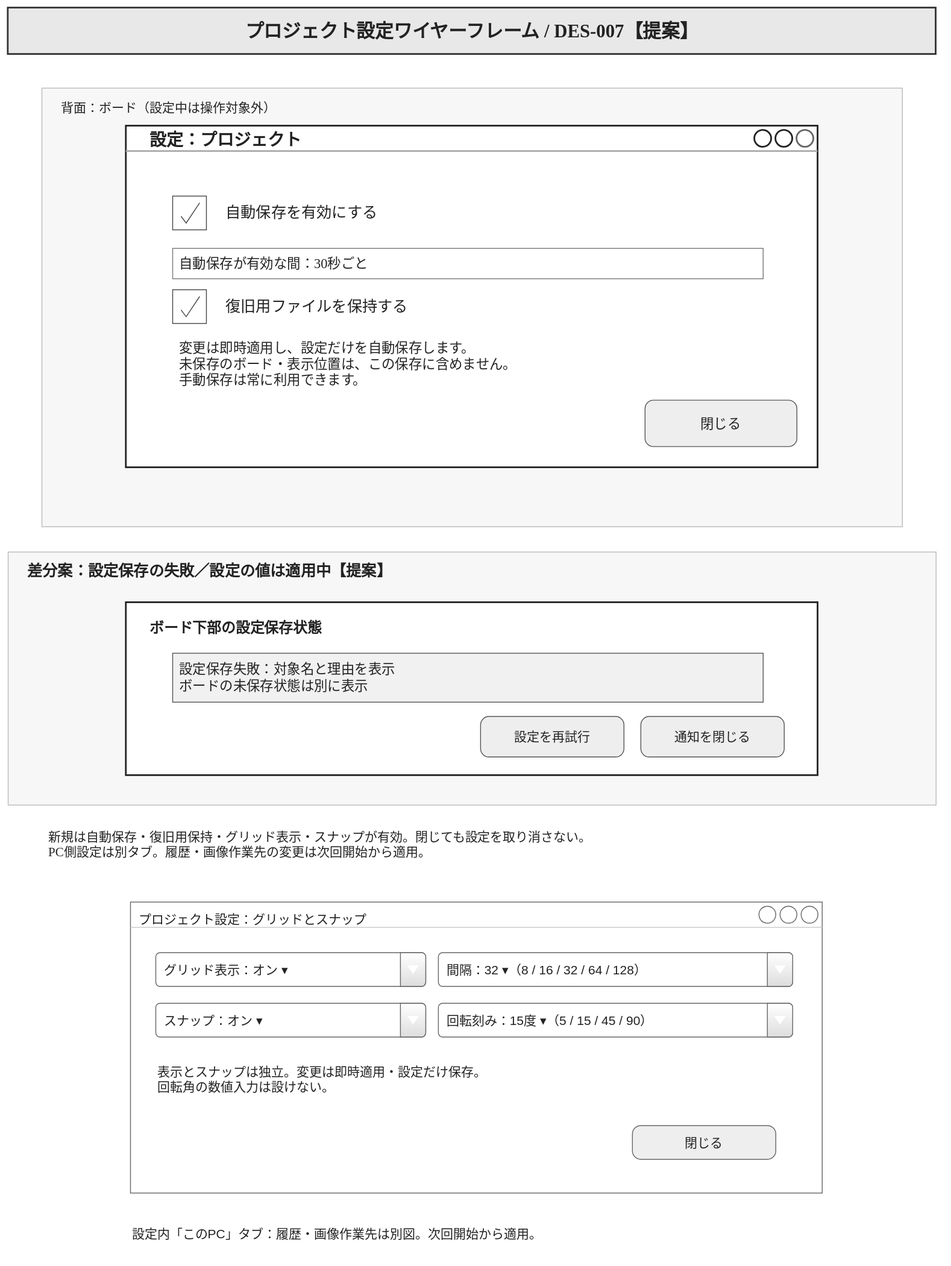
Above: docs/product-design/screen-design/diagrams/autosave-settings-layout.drawio.svg in myzkkzy/reference-app (draw.io), before the change. Source tidied: cells renumbered, new cells last; positions are measured from the earlier drawing's top-left corner, leaving out a move shared by most shapes. Source of this version:
```xml
<mxGraphModel>
  <root>
    <mxCell id="0" />
    <mxCell id="1" parent="0" />
    <mxCell id="2" value="プロジェクト設定ワイヤーフレーム / DES-007【提案】" style="rounded=0;fillColor=#E8E8E8;strokeColor=#333333;strokeWidth=2;fontStyle=1;whiteSpace=wrap;html=0;fontFamily=Yu Gothic;fontSize=22;fontColor=#222222;align=center;verticalAlign=middle;spacing=8;" parent="1" vertex="1">
      <mxGeometry width="1100" height="55" as="geometry" />
    </mxCell>
    <mxCell id="3" style="rounded=0;fillColor=#F7F7F7;strokeColor=#BBBBBB;strokeWidth=1;whiteSpace=wrap;html=0;fontFamily=Yu Gothic;fontSize=15;fontColor=#222222;align=center;verticalAlign=middle;spacing=8;" parent="1" vertex="1">
      <mxGeometry x="40" y="95" width="1020" height="520" as="geometry" />
    </mxCell>
    <mxCell id="4" value="背面：ボード（設定中は操作対象外）" style="rounded=0;fillColor=none;strokeColor=none;whiteSpace=wrap;html=0;fontFamily=Yu Gothic;fontSize=15;fontColor=#222222;align=left;verticalAlign=middle;spacing=8;" parent="1" vertex="1">
      <mxGeometry x="55" y="103" width="700" height="30" as="geometry" />
    </mxCell>
    <mxCell id="5" style="rounded=0;fillColor=#FFFFFF;strokeColor=#222222;strokeWidth=2;whiteSpace=wrap;html=0;fontFamily=Yu Gothic;fontSize=15;fontColor=#222222;align=left;verticalAlign=top;spacing=3;shape=mxgraph.mockup.containers.window;mainText=;strokeColor2=#666666;strokeColor3=#aaaaaa;gradientColor=none;spacingTop=3;" parent="1" vertex="1">
      <mxGeometry x="140" y="140" width="820" height="405" as="geometry" />
    </mxCell>
    <mxCell id="6" value="設定：プロジェクト" style="rounded=0;fillColor=none;strokeColor=none;fontStyle=1;whiteSpace=wrap;html=0;fontFamily=Yu Gothic;fontSize=20;fontColor=#222222;align=left;verticalAlign=middle;spacing=8;" parent="1" vertex="1">
      <mxGeometry x="160" y="142" width="780" height="27" as="geometry" />
    </mxCell>
    <mxCell id="7" style="rounded=0;fillColor=#FFFFFF;strokeColor=#444444;strokeWidth=1;whiteSpace=wrap;html=0;fontFamily=Yu Gothic;fontSize=24;fontColor=#222222;align=center;verticalAlign=middle;spacing=8;shape=mxgraph.mockup.forms.checkbox;gradientColor=none;" parent="1" vertex="1">
      <mxGeometry x="195" y="223" width="40" height="40" as="geometry" />
    </mxCell>
    <mxCell id="8" value="自動保存を有効にする" style="rounded=0;fillColor=none;strokeColor=none;whiteSpace=wrap;html=0;fontFamily=Yu Gothic;fontSize=18;fontColor=#222222;align=left;verticalAlign=middle;spacing=8;" parent="1" vertex="1">
      <mxGeometry x="250" y="219" width="610" height="48" as="geometry" />
    </mxCell>
    <mxCell id="9" value="自動保存が有効な間：30秒ごと" style="rounded=0;fillColor=#FFFFFF;strokeColor=#777777;strokeWidth=1;whiteSpace=wrap;html=0;fontFamily=Yu Gothic;fontSize=16;fontColor=#222222;align=left;verticalAlign=middle;spacing=8;" parent="1" vertex="1">
      <mxGeometry x="195" y="285" width="700" height="36" as="geometry" />
    </mxCell>
    <mxCell id="10" value="変更は即時適用し、設定だけを自動保存します。&#10;未保存のボード・表示位置は、この保存に含めません。&#10;手動保存は常に利用できます。" style="rounded=0;fillColor=none;strokeColor=none;whiteSpace=wrap;html=0;fontFamily=Yu Gothic;fontSize=16;fontColor=#222222;align=left;verticalAlign=middle;spacing=8;" parent="1" vertex="1">
      <mxGeometry x="195" y="379" width="700" height="85" as="geometry" />
    </mxCell>
    <mxCell id="11" value="閉じる" style="rounded=1;fillColor=#EEEEEE;strokeColor=#555555;strokeWidth=1;whiteSpace=wrap;html=0;fontFamily=Yu Gothic;fontSize=16;fontColor=#222222;align=center;verticalAlign=middle;spacing=8;shape=mxgraph.mockup.buttons.button;mainText=;buttonStyle=round;gradientColor=none;" parent="1" vertex="1">
      <mxGeometry x="755" y="465" width="180" height="55" as="geometry" />
    </mxCell>
    <mxCell id="12" style="rounded=0;fillColor=#F7F7F7;strokeColor=#BBBBBB;strokeWidth=1;whiteSpace=wrap;html=0;fontFamily=Yu Gothic;fontSize=15;fontColor=#222222;align=center;verticalAlign=middle;spacing=8;" parent="1" vertex="1">
      <mxGeometry y="645" width="1100" height="300" as="geometry" />
    </mxCell>
    <mxCell id="13" value="差分案：設定保存の失敗／設定の値は適用中【提案】" style="rounded=0;fillColor=none;strokeColor=none;fontStyle=1;whiteSpace=wrap;html=0;fontFamily=Yu Gothic;fontSize=18;fontColor=#222222;align=left;verticalAlign=middle;spacing=8;" parent="1" vertex="1">
      <mxGeometry x="15" y="653" width="1070" height="30" as="geometry" />
    </mxCell>
    <mxCell id="14" style="rounded=0;fillColor=#FFFFFF;strokeColor=#222222;strokeWidth=2;whiteSpace=wrap;html=0;fontFamily=Yu Gothic;fontSize=15;fontColor=#222222;align=center;verticalAlign=middle;spacing=8;" parent="1" vertex="1">
      <mxGeometry x="140" y="705" width="820" height="205" as="geometry" />
    </mxCell>
    <mxCell id="15" value="ボード下部の設定保存状態" style="rounded=0;fillColor=none;strokeColor=none;fontStyle=1;whiteSpace=wrap;html=0;fontFamily=Yu Gothic;fontSize=17;fontColor=#222222;align=left;verticalAlign=middle;spacing=8;" parent="1" vertex="1">
      <mxGeometry x="160" y="718" width="780" height="35" as="geometry" />
    </mxCell>
    <mxCell id="16" value="設定保存失敗：対象名と理由を表示&#10;ボードの未保存状態は別に表示" style="rounded=0;fillColor=#F1F1F1;strokeColor=#555555;strokeWidth=1;whiteSpace=wrap;html=0;fontFamily=Yu Gothic;fontSize=16;fontColor=#222222;align=left;verticalAlign=middle;spacing=8;" parent="1" vertex="1">
      <mxGeometry x="195" y="765" width="700" height="58" as="geometry" />
    </mxCell>
    <mxCell id="17" value="設定を再試行" style="rounded=1;fillColor=#EEEEEE;strokeColor=#555555;strokeWidth=1;whiteSpace=wrap;html=0;fontFamily=Yu Gothic;fontSize=15;fontColor=#222222;align=center;verticalAlign=middle;spacing=8;shape=mxgraph.mockup.buttons.button;mainText=;buttonStyle=round;gradientColor=none;" parent="1" vertex="1">
      <mxGeometry x="560" y="840" width="170" height="48" as="geometry" />
    </mxCell>
    <mxCell id="18" value="通知を閉じる" style="rounded=1;fillColor=#EEEEEE;strokeColor=#555555;strokeWidth=1;whiteSpace=wrap;html=0;fontFamily=Yu Gothic;fontSize=15;fontColor=#222222;align=center;verticalAlign=middle;spacing=8;shape=mxgraph.mockup.buttons.button;mainText=;buttonStyle=round;gradientColor=none;" parent="1" vertex="1">
      <mxGeometry x="750" y="840" width="170" height="48" as="geometry" />
    </mxCell>
    <mxCell id="19" value="新規は自動保存・復旧用保持・グリッド表示・スナップが有効。閉じても設定を取り消さない。&#10;PC側設定は別タブ。履歴・画像作業先の変更は次回開始から適用。" style="rounded=0;fillColor=none;strokeColor=none;whiteSpace=wrap;html=0;fontFamily=Yu Gothic;fontSize=15;fontColor=#222222;align=left;verticalAlign=middle;spacing=8;" parent="1" vertex="1">
      <mxGeometry x="40" y="962" width="1020" height="58" as="geometry" />
    </mxCell>
    <mxCell id="20" style="rounded=0;fillColor=#FFFFFF;strokeColor=#444444;strokeWidth=1;whiteSpace=wrap;html=0;fontFamily=Yu Gothic;fontSize=24;fontColor=#222222;align=center;verticalAlign=middle;spacing=8;shape=mxgraph.mockup.forms.checkbox;gradientColor=none;" parent="1" vertex="1">
      <mxGeometry x="195" y="334" width="40" height="40" as="geometry" />
    </mxCell>
    <mxCell id="21" value="復旧用ファイルを保持する" style="rounded=0;fillColor=none;strokeColor=none;whiteSpace=wrap;html=0;fontFamily=Yu Gothic;fontSize=18;fontColor=#222222;align=left;verticalAlign=middle;spacing=8;" parent="1" vertex="1">
      <mxGeometry x="250" y="330" width="610" height="48" as="geometry" />
    </mxCell>
    <mxCell id="22" value="プロジェクト設定：グリッドとスナップ" style="html=1;whiteSpace=wrap;fontFamily=Arial;fontSize=15;fontColor=#222222;strokeColor=#666666;fillColor=#ffffff;gradientColor=none;shadow=0;shape=mxgraph.mockup.containers.window;mainText=;align=left;verticalAlign=top;spacingLeft=8;spacingTop=5;strokeColor2=#666666;strokeColor3=#cccccc;" parent="1" vertex="1">
      <mxGeometry x="145" y="1060" width="820" height="345" as="geometry" />
    </mxCell>
    <mxCell id="23" value="グリッド表示：オン ▾" style="html=1;whiteSpace=wrap;fontFamily=Arial;fontSize=15;fontColor=#222222;strokeColor=#666666;fillColor=#ffffff;gradientColor=none;shadow=0;shape=mxgraph.mockup.forms.comboBox;mainText=;align=left;spacingLeft=8;fillColor2=#dddddd;" parent="22" vertex="1">
      <mxGeometry x="30" y="60" width="320" height="40" as="geometry" />
    </mxCell>
    <mxCell id="24" value="間隔：32 ▾（8 / 16 / 32 / 64 / 128）" style="html=1;whiteSpace=wrap;fontFamily=Arial;fontSize=15;fontColor=#222222;strokeColor=#666666;fillColor=#ffffff;gradientColor=none;shadow=0;shape=mxgraph.mockup.forms.comboBox;mainText=;align=left;spacingLeft=8;fillColor2=#dddddd;" parent="22" vertex="1">
      <mxGeometry x="365" y="60" width="420" height="40" as="geometry" />
    </mxCell>
    <mxCell id="25" value="スナップ：オン ▾" style="html=1;whiteSpace=wrap;fontFamily=Arial;fontSize=15;fontColor=#222222;strokeColor=#666666;fillColor=#ffffff;gradientColor=none;shadow=0;shape=mxgraph.mockup.forms.comboBox;mainText=;align=left;spacingLeft=8;fillColor2=#dddddd;" parent="22" vertex="1">
      <mxGeometry x="30" y="120" width="320" height="40" as="geometry" />
    </mxCell>
    <mxCell id="26" value="回転刻み：15度 ▾（5 / 15 / 45 / 90）" style="html=1;whiteSpace=wrap;fontFamily=Arial;fontSize=15;fontColor=#222222;strokeColor=#666666;fillColor=#ffffff;gradientColor=none;shadow=0;shape=mxgraph.mockup.forms.comboBox;mainText=;align=left;spacingLeft=8;fillColor2=#dddddd;" parent="22" vertex="1">
      <mxGeometry x="365" y="120" width="420" height="40" as="geometry" />
    </mxCell>
    <mxCell id="27" value="表示とスナップは独立。変更は即時適用・設定だけ保存。&#10;回転角の数値入力は設けない。" style="html=1;whiteSpace=wrap;fontFamily=Arial;fontSize=15;fontColor=#222222;strokeColor=#666666;fillColor=#ffffff;gradientColor=none;shadow=0;text;strokeColor=none;fillColor=none;align=left;verticalAlign=middle;" parent="22" vertex="1">
      <mxGeometry x="30" y="180" width="755" height="60" as="geometry" />
    </mxCell>
    <mxCell id="28" value="閉じる" style="html=1;whiteSpace=wrap;fontFamily=Arial;fontSize=15;fontColor=#222222;strokeColor=#666666;fillColor=#ffffff;gradientColor=none;shadow=0;shape=mxgraph.mockup.buttons.button;mainText=;buttonStyle=round;fillColor=#eeeeee;" parent="22" vertex="1">
      <mxGeometry x="595" y="265" width="170" height="40" as="geometry" />
    </mxCell>
    <mxCell id="29" value="設定内「このPC」タブ：履歴・画像作業先は別図。次回開始から適用。" style="html=1;whiteSpace=wrap;fontFamily=Arial;fontSize=15;fontColor=#222222;strokeColor=#666666;fillColor=#ffffff;gradientColor=none;shadow=0;text;strokeColor=none;fillColor=none;align=left;verticalAlign=middle;" parent="1" vertex="1">
      <mxGeometry x="145" y="1430" width="820" height="45" as="geometry" />
    </mxCell>
  </root>
</mxGraphModel>
```
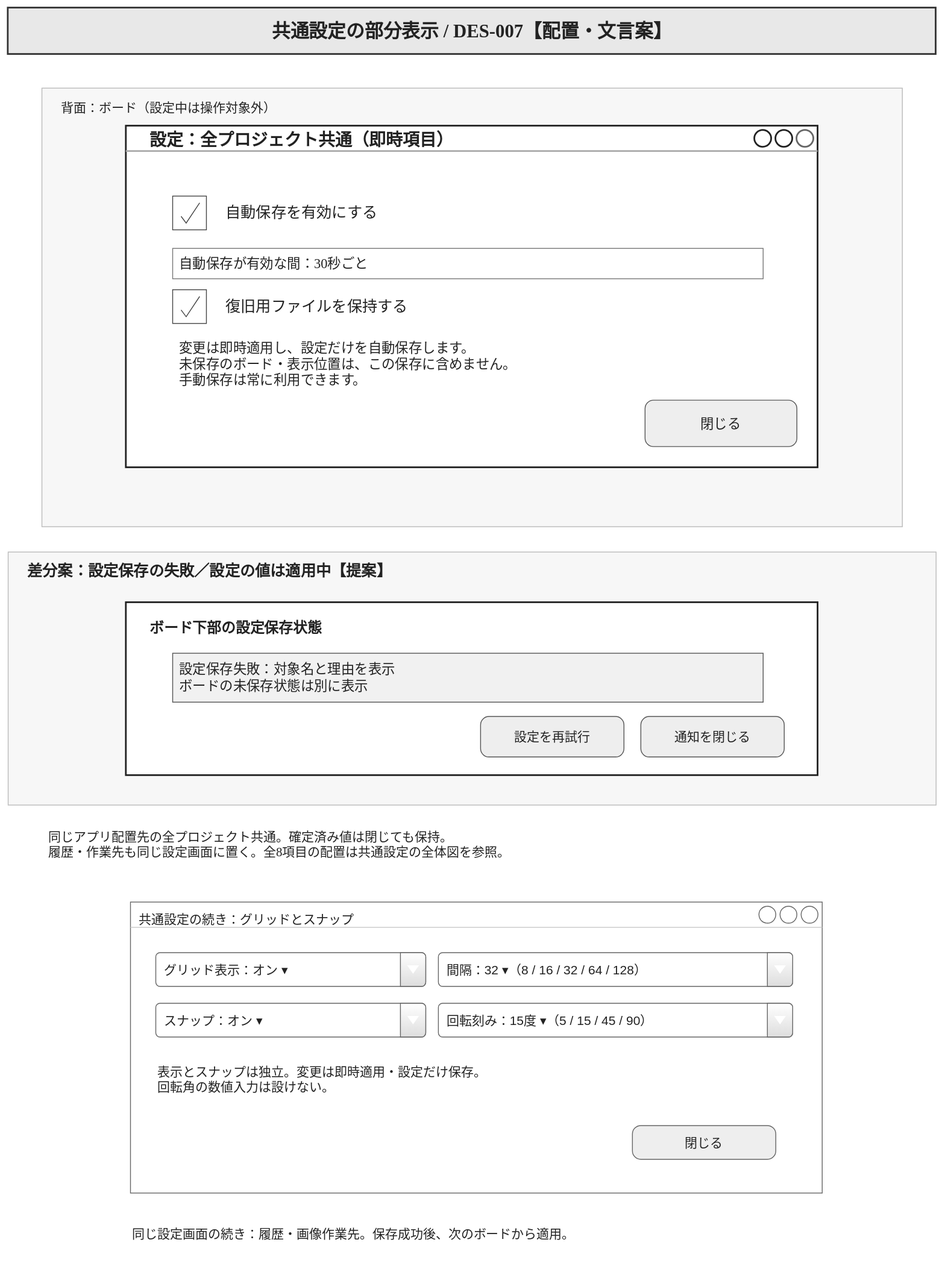
The same diagram one commit later.

Change to the diagram source:
```diff
@@ -2,7 +2,7 @@
   <root>
     <mxCell id="0" />
     <mxCell id="1" parent="0" />
-    <mxCell id="2" value="プロジェクト設定ワイヤーフレーム / DES-007【提案】" style="rounded=0;fillColor=#E8E8E8;strokeColor=#333333;strokeWidth=2;fontStyle=1;whiteSpace=wrap;html=0;fontFamily=Yu Gothic;fontSize=22;fontColor=#222222;align=center;verticalAlign=middle;spacing=8;" parent="1" vertex="1">
+    <mxCell id="2" value="共通設定の部分表示 / DES-007【配置・文言案】" style="rounded=0;fillColor=#E8E8E8;strokeColor=#333333;strokeWidth=2;fontStyle=1;whiteSpace=wrap;html=0;fontFamily=Yu Gothic;fontSize=22;fontColor=#222222;align=center;verticalAlign=middle;spacing=8;" parent="1" vertex="1">
       <mxGeometry width="1100" height="55" as="geometry" />
     </mxCell>
     <mxCell id="3" style="rounded=0;fillColor=#F7F7F7;strokeColor=#BBBBBB;strokeWidth=1;whiteSpace=wrap;html=0;fontFamily=Yu Gothic;fontSize=15;fontColor=#222222;align=center;verticalAlign=middle;spacing=8;" parent="1" vertex="1">
@@ -14,7 +14,7 @@
     <mxCell id="5" style="rounded=0;fillColor=#FFFFFF;strokeColor=#222222;strokeWidth=2;whiteSpace=wrap;html=0;fontFamily=Yu Gothic;fontSize=15;fontColor=#222222;align=left;verticalAlign=top;spacing=3;shape=mxgraph.mockup.containers.window;mainText=;strokeColor2=#666666;strokeColor3=#aaaaaa;gradientColor=none;spacingTop=3;" parent="1" vertex="1">
       <mxGeometry x="140" y="140" width="820" height="405" as="geometry" />
     </mxCell>
-    <mxCell id="6" value="設定：プロジェクト" style="rounded=0;fillColor=none;strokeColor=none;fontStyle=1;whiteSpace=wrap;html=0;fontFamily=Yu Gothic;fontSize=20;fontColor=#222222;align=left;verticalAlign=middle;spacing=8;" parent="1" vertex="1">
+    <mxCell id="6" value="設定：全プロジェクト共通（即時項目）" style="rounded=0;fillColor=none;strokeColor=none;fontStyle=1;whiteSpace=wrap;html=0;fontFamily=Yu Gothic;fontSize=20;fontColor=#222222;align=left;verticalAlign=middle;spacing=8;" parent="1" vertex="1">
       <mxGeometry x="160" y="142" width="780" height="27" as="geometry" />
     </mxCell>
     <mxCell id="7" style="rounded=0;fillColor=#FFFFFF;strokeColor=#444444;strokeWidth=1;whiteSpace=wrap;html=0;fontFamily=Yu Gothic;fontSize=24;fontColor=#222222;align=center;verticalAlign=middle;spacing=8;shape=mxgraph.mockup.forms.checkbox;gradientColor=none;" parent="1" vertex="1">
@@ -53,7 +53,7 @@
     <mxCell id="18" value="通知を閉じる" style="rounded=1;fillColor=#EEEEEE;strokeColor=#555555;strokeWidth=1;whiteSpace=wrap;html=0;fontFamily=Yu Gothic;fontSize=15;fontColor=#222222;align=center;verticalAlign=middle;spacing=8;shape=mxgraph.mockup.buttons.button;mainText=;buttonStyle=round;gradientColor=none;" parent="1" vertex="1">
       <mxGeometry x="750" y="840" width="170" height="48" as="geometry" />
     </mxCell>
-    <mxCell id="19" value="新規は自動保存・復旧用保持・グリッド表示・スナップが有効。閉じても設定を取り消さない。&#10;PC側設定は別タブ。履歴・画像作業先の変更は次回開始から適用。" style="rounded=0;fillColor=none;strokeColor=none;whiteSpace=wrap;html=0;fontFamily=Yu Gothic;fontSize=15;fontColor=#222222;align=left;verticalAlign=middle;spacing=8;" parent="1" vertex="1">
+    <mxCell id="19" value="同じアプリ配置先の全プロジェクト共通。確定済み値は閉じても保持。&#10;履歴・作業先も同じ設定画面に置く。全8項目の配置は共通設定の全体図を参照。" style="rounded=0;fillColor=none;strokeColor=none;whiteSpace=wrap;html=0;fontFamily=Yu Gothic;fontSize=15;fontColor=#222222;align=left;verticalAlign=middle;spacing=8;" parent="1" vertex="1">
       <mxGeometry x="40" y="962" width="1020" height="58" as="geometry" />
     </mxCell>
     <mxCell id="20" style="rounded=0;fillColor=#FFFFFF;strokeColor=#444444;strokeWidth=1;whiteSpace=wrap;html=0;fontFamily=Yu Gothic;fontSize=24;fontColor=#222222;align=center;verticalAlign=middle;spacing=8;shape=mxgraph.mockup.forms.checkbox;gradientColor=none;" parent="1" vertex="1">
@@ -62,7 +62,7 @@
     <mxCell id="21" value="復旧用ファイルを保持する" style="rounded=0;fillColor=none;strokeColor=none;whiteSpace=wrap;html=0;fontFamily=Yu Gothic;fontSize=18;fontColor=#222222;align=left;verticalAlign=middle;spacing=8;" parent="1" vertex="1">
       <mxGeometry x="250" y="330" width="610" height="48" as="geometry" />
     </mxCell>
-    <mxCell id="22" value="プロジェクト設定：グリッドとスナップ" style="html=1;whiteSpace=wrap;fontFamily=Arial;fontSize=15;fontColor=#222222;strokeColor=#666666;fillColor=#ffffff;gradientColor=none;shadow=0;shape=mxgraph.mockup.containers.window;mainText=;align=left;verticalAlign=top;spacingLeft=8;spacingTop=5;strokeColor2=#666666;strokeColor3=#cccccc;" parent="1" vertex="1">
+    <mxCell id="22" value="共通設定の続き：グリッドとスナップ" style="html=1;whiteSpace=wrap;fontFamily=Arial;fontSize=15;fontColor=#222222;strokeColor=#666666;fillColor=#ffffff;gradientColor=none;shadow=0;shape=mxgraph.mockup.containers.window;mainText=;align=left;verticalAlign=top;spacingLeft=8;spacingTop=5;strokeColor2=#666666;strokeColor3=#cccccc;" parent="1" vertex="1">
       <mxGeometry x="145" y="1060" width="820" height="345" as="geometry" />
     </mxCell>
     <mxCell id="23" value="グリッド表示：オン ▾" style="html=1;whiteSpace=wrap;fontFamily=Arial;fontSize=15;fontColor=#222222;strokeColor=#666666;fillColor=#ffffff;gradientColor=none;shadow=0;shape=mxgraph.mockup.forms.comboBox;mainText=;align=left;spacingLeft=8;fillColor2=#dddddd;" parent="22" vertex="1">
@@ -83,7 +83,7 @@
     <mxCell id="28" value="閉じる" style="html=1;whiteSpace=wrap;fontFamily=Arial;fontSize=15;fontColor=#222222;strokeColor=#666666;fillColor=#ffffff;gradientColor=none;shadow=0;shape=mxgraph.mockup.buttons.button;mainText=;buttonStyle=round;fillColor=#eeeeee;" parent="22" vertex="1">
       <mxGeometry x="595" y="265" width="170" height="40" as="geometry" />
     </mxCell>
-    <mxCell id="29" value="設定内「このPC」タブ：履歴・画像作業先は別図。次回開始から適用。" style="html=1;whiteSpace=wrap;fontFamily=Arial;fontSize=15;fontColor=#222222;strokeColor=#666666;fillColor=#ffffff;gradientColor=none;shadow=0;text;strokeColor=none;fillColor=none;align=left;verticalAlign=middle;" parent="1" vertex="1">
+    <mxCell id="29" value="同じ設定画面の続き：履歴・画像作業先。保存成功後、次のボードから適用。" style="html=1;whiteSpace=wrap;fontFamily=Arial;fontSize=15;fontColor=#222222;strokeColor=#666666;fillColor=#ffffff;gradientColor=none;shadow=0;text;strokeColor=none;fillColor=none;align=left;verticalAlign=middle;" parent="1" vertex="1">
       <mxGeometry x="145" y="1430" width="820" height="45" as="geometry" />
     </mxCell>
   </root>
```
